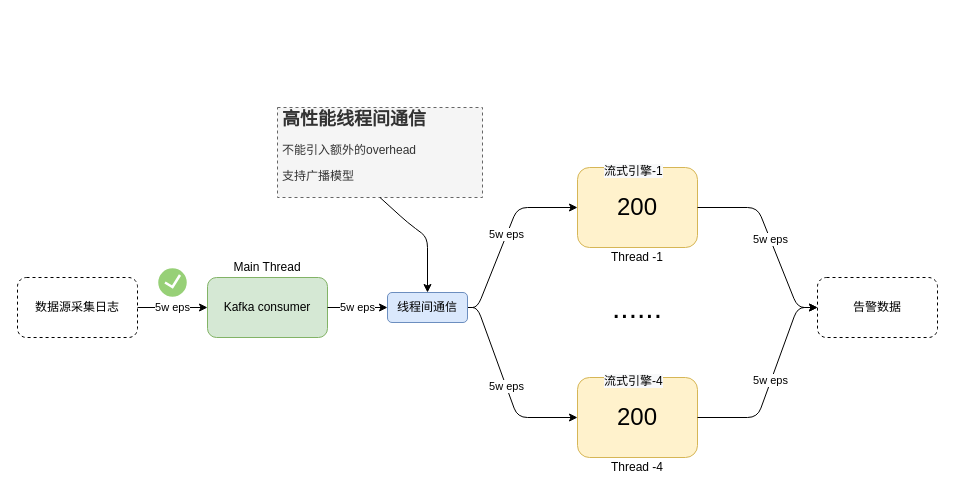
Earlier version of the draw.io diagram promotion-graph-2.drawio (popvlovs/popvlovs-repository). Source tidied: cells renumbered, new cells numbered last; positions are measured from the earlier drawing's top-left corner, leaving out a move shared by most shapes. Both pictures are drawn from the tidied source at 100%, with x=0, y=0 at pixel (17, 107).
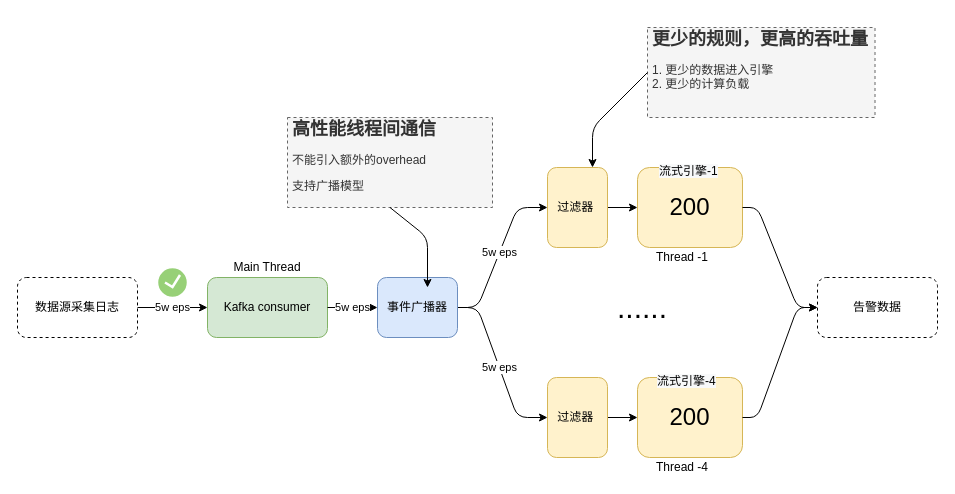
After the change.

Unchanged cells that the change refers to:
```xml
<mxCell id="20" value="告警数据" style="rounded=1;whiteSpace=wrap;html=1;dashed=1;" parent="1" vertex="1">
  <mxGeometry x="800" y="170" width="120" height="60" as="geometry" />
</mxCell>
```

Change to the diagram source:
```diff
@@
     <mxCell id="3" value="&lt;font style=&quot;font-size: 24px&quot;&gt;200&lt;/font&gt;" style="rounded=1;whiteSpace=wrap;html=1;fillColor=#fff2cc;strokeColor=#d6b656;" parent="1" vertex="1">
-      <mxGeometry x="560" y="60" width="120" height="80" as="geometry" />
+      <mxGeometry x="620" y="60" width="105" height="80" as="geometry" />
     </mxCell>
-    <mxCell id="4" value="5w eps" style="endArrow=classic;html=1;exitX=1;exitY=0.5;exitDx=0;exitDy=0;entryX=0;entryY=0.5;entryDx=0;entryDy=0;" parent="1" edge="1" source="12" target="3">
+    <mxCell id="4" value="5w eps" style="endArrow=classic;html=1;exitX=1;exitY=0.5;exitDx=0;exitDy=0;entryX=0;entryY=0.5;entryDx=0;entryDy=0;" parent="1" edge="1" source="12" target="24">
       <mxGeometry relative="1" as="geometry">
         <Array as="points">
           <mxPoint x="460" y="200" />
           <mxPoint x="500" y="100" />
         </Array>
       </mxGeometry>
     </mxCell>
@@
     <mxCell id="7" value="&lt;span style=&quot;color: rgb(0 , 0 , 0) ; font-family: &amp;#34;helvetica&amp;#34; ; font-size: 12px ; font-style: normal ; font-weight: 400 ; letter-spacing: normal ; text-align: center ; text-indent: 0px ; text-transform: none ; word-spacing: 0px ; background-color: rgb(248 , 249 , 250) ; display: inline ; float: none&quot;&gt;流式引擎-1&lt;/span&gt;" style="text;whiteSpace=wrap;html=1;" parent="1" vertex="1">
-      <mxGeometry x="585" y="50" width="70" height="30" as="geometry" />
+      <mxGeometry x="640" y="50" width="70" height="30" as="geometry" />
     </mxCell>
     <mxCell id="8" value="&lt;font style=&quot;font-size: 24px&quot;&gt;200&lt;/font&gt;" style="rounded=1;whiteSpace=wrap;html=1;fillColor=#fff2cc;strokeColor=#d6b656;" parent="1" vertex="1">
-      <mxGeometry x="560" y="270" width="120" height="80" as="geometry" />
+      <mxGeometry x="620" y="270" width="105" height="80" as="geometry" />
     </mxCell>
     <mxCell id="9" value="&lt;span style=&quot;color: rgb(0 , 0 , 0) ; font-family: &amp;#34;helvetica&amp;#34; ; font-size: 12px ; font-style: normal ; font-weight: 400 ; letter-spacing: normal ; text-align: center ; text-indent: 0px ; text-transform: none ; word-spacing: 0px ; background-color: rgb(248 , 249 , 250) ; display: inline ; float: none&quot;&gt;流式引擎-4&lt;/span&gt;" style="text;whiteSpace=wrap;html=1;" parent="1" vertex="1">
-      <mxGeometry x="585" y="260" width="70" height="30" as="geometry" />
+      <mxGeometry x="637.5" y="260" width="70" height="30" as="geometry" />
     </mxCell>
     <mxCell id="10" value="&lt;span style=&quot;font-size: 30px&quot;&gt;......&lt;/span&gt;" style="text;html=1;align=center;verticalAlign=middle;whiteSpace=wrap;rounded=0;" parent="1" vertex="1">
-      <mxGeometry x="555" y="190" width="130" height="20" as="geometry" />
+      <mxGeometry x="560" y="190" width="130" height="20" as="geometry" />
     </mxCell>
-    <mxCell id="11" value="5w eps" style="endArrow=classic;html=1;exitX=1;exitY=0.5;exitDx=0;exitDy=0;entryX=0;entryY=0.5;entryDx=0;entryDy=0;" parent="1" edge="1" source="12" target="8">
+    <mxCell id="11" value="5w eps" style="endArrow=classic;html=1;exitX=1;exitY=0.5;exitDx=0;exitDy=0;entryX=0;entryY=0.5;entryDx=0;entryDy=0;" parent="1" edge="1" source="12" target="26">
       <mxGeometry relative="1" as="geometry">
         <Array as="points">
           <mxPoint x="460" y="200" />
           <mxPoint x="500" y="310" />
         </Array>
       </mxGeometry>
     </mxCell>
-    <mxCell id="12" value="线程间通信" style="rounded=1;whiteSpace=wrap;html=1;fillColor=#dae8fc;strokeColor=#6c8ebf;" parent="1" vertex="1">
-      <mxGeometry x="370" y="185" width="80" height="30" as="geometry" />
+    <mxCell id="12" value="事件广播器" style="rounded=1;whiteSpace=wrap;html=1;fillColor=#dae8fc;strokeColor=#6c8ebf;" parent="1" vertex="1">
+      <mxGeometry x="360" y="170" width="80" height="60" as="geometry" />
     </mxCell>
@@
     <mxCell id="15" value="Thread -1" style="text;html=1;strokeColor=none;fillColor=none;align=center;verticalAlign=middle;whiteSpace=wrap;rounded=0;" parent="1" vertex="1">
-      <mxGeometry x="575" y="140" width="90" height="20" as="geometry" />
+      <mxGeometry x="620" y="140" width="90" height="20" as="geometry" />
     </mxCell>
     <mxCell id="16" value="Thread -4" style="text;html=1;strokeColor=none;fillColor=none;align=center;verticalAlign=middle;whiteSpace=wrap;rounded=0;" parent="1" vertex="1">
-      <mxGeometry x="575" y="350" width="90" height="20" as="geometry" />
+      <mxGeometry x="620" y="350" width="90" height="20" as="geometry" />
     </mxCell>
-    <mxCell id="17" value="&lt;h1 style=&quot;font-size: 18px&quot;&gt;高性能线程间通信&lt;/h1&gt;&lt;p&gt;&lt;font style=&quot;font-size: 12px&quot;&gt;不能引入额外的overhead&lt;/font&gt;&lt;/p&gt;&lt;p&gt;&lt;font style=&quot;font-size: 12px&quot;&gt;支持广播模型&lt;/font&gt;&lt;/p&gt;" style="text;html=1;strokeColor=#666666;fillColor=#f5f5f5;spacing=5;spacingTop=-20;whiteSpace=wrap;overflow=hidden;rounded=0;dashed=1;fontColor=#333333;" parent="1" vertex="1">
-      <mxGeometry x="260" width="205" height="90" as="geometry" />
-    </mxCell>
-    <mxCell id="18" style="endArrow=classic;html=1;exitX=0.5;exitY=1;exitDx=0;exitDy=0;entryX=0.5;entryY=0;entryDx=0;entryDy=0;" parent="1" edge="1" source="17" target="12">
-      <mxGeometry relative="1" as="geometry">
-        <Array as="points">
-          <mxPoint x="390" y="115" />
-          <mxPoint x="410" y="130" />
-        </Array>
-      </mxGeometry>
-    </mxCell>
@@
-    <mxCell id="21" value="5w eps" style="endArrow=classic;html=1;exitX=1;exitY=0.5;exitDx=0;exitDy=0;entryX=0;entryY=0.5;entryDx=0;entryDy=0;" parent="1" edge="1" source="3" target="20">
+    <mxCell id="21" style="endArrow=classic;html=1;exitX=1;exitY=0.5;exitDx=0;exitDy=0;entryX=0;entryY=0.5;entryDx=0;entryDy=0;" parent="1" edge="1" source="3" target="20">
       <mxGeometry relative="1" as="geometry">
         <Array as="points">
           <mxPoint x="740" y="100" />
           <mxPoint x="780" y="200" />
         </Array>
       </mxGeometry>
     </mxCell>
-    <mxCell id="22" value="5w eps" style="endArrow=classic;html=1;exitX=1;exitY=0.5;exitDx=0;exitDy=0;entryX=0;entryY=0.5;entryDx=0;entryDy=0;" parent="1" edge="1" source="8" target="20">
+    <mxCell id="22" style="endArrow=classic;html=1;exitX=1;exitY=0.5;exitDx=0;exitDy=0;entryX=0;entryY=0.5;entryDx=0;entryDy=0;" parent="1" edge="1" source="8" target="20">
       <mxGeometry relative="1" as="geometry">
         <Array as="points">
           <mxPoint x="740" y="310" />
           <mxPoint x="780" y="200" />
         </Array>
       </mxGeometry>
     </mxCell>
+    <mxCell id="23" style="edgeStyle=orthogonalEdgeStyle;rounded=0;jettySize=auto;html=1;entryX=0;entryY=0.5;entryDx=0;entryDy=0;" parent="1" edge="1" source="24" target="3">
+      <mxGeometry relative="1" as="geometry" />
+    </mxCell>
+    <mxCell id="24" value="&lt;font style=&quot;font-size: 12px&quot;&gt;过滤器&amp;nbsp;&lt;/font&gt;" style="rounded=1;whiteSpace=wrap;html=1;fillColor=#fff2cc;strokeColor=#d6b656;" parent="1" vertex="1">
+      <mxGeometry x="530" y="60" width="60" height="80" as="geometry" />
+    </mxCell>
+    <mxCell id="25" style="edgeStyle=orthogonalEdgeStyle;rounded=0;jettySize=auto;html=1;entryX=0;entryY=0.5;entryDx=0;entryDy=0;" parent="1" edge="1" source="26" target="8">
+      <mxGeometry relative="1" as="geometry" />
+    </mxCell>
+    <mxCell id="26" value="&lt;font style=&quot;font-size: 12px&quot;&gt;过滤器&amp;nbsp;&lt;/font&gt;" style="rounded=1;whiteSpace=wrap;html=1;fillColor=#fff2cc;strokeColor=#d6b656;" parent="1" vertex="1">
+      <mxGeometry x="530" y="270" width="60" height="80" as="geometry" />
+    </mxCell>
+    <mxCell id="27" value="&lt;h1 style=&quot;font-size: 18px&quot;&gt;更少的规则，更高的吞吐量&lt;/h1&gt;&lt;div&gt;1. 更少的数据进入引擎&lt;/div&gt;&lt;div&gt;2. 更少的计算负载&lt;/div&gt;" style="text;html=1;strokeColor=#666666;fillColor=#f5f5f5;spacing=5;spacingTop=-20;whiteSpace=wrap;overflow=hidden;rounded=0;dashed=1;fontColor=#333333;" parent="1" vertex="1">
+      <mxGeometry x="630" y="-80" width="227.5" height="90" as="geometry" />
+    </mxCell>
+    <mxCell id="28" style="endArrow=classic;html=1;exitX=0;exitY=0.5;exitDx=0;exitDy=0;entryX=0.75;entryY=0;entryDx=0;entryDy=0;" parent="1" edge="1" source="27" target="24">
+      <mxGeometry relative="1" as="geometry">
+        <Array as="points">
+          <mxPoint x="575" y="20" />
+        </Array>
+      </mxGeometry>
+    </mxCell>
+    <mxCell id="17" value="&lt;h1 style=&quot;font-size: 18px&quot;&gt;高性能线程间通信&lt;/h1&gt;&lt;p&gt;&lt;font style=&quot;font-size: 12px&quot;&gt;不能引入额外的overhead&lt;/font&gt;&lt;/p&gt;&lt;p&gt;&lt;font style=&quot;font-size: 12px&quot;&gt;支持广播模型&lt;/font&gt;&lt;/p&gt;" style="text;html=1;strokeColor=#666666;fillColor=#f5f5f5;spacing=5;spacingTop=-20;whiteSpace=wrap;overflow=hidden;rounded=0;dashed=1;fontColor=#333333;" parent="1" vertex="1">
+      <mxGeometry x="270" y="10" width="205" height="90" as="geometry" />
+    </mxCell>
+    <mxCell id="29" style="endArrow=classic;html=1;exitX=0.5;exitY=1;exitDx=0;exitDy=0;entryX=0.5;entryY=0;entryDx=0;entryDy=0;" parent="1" edge="1" source="17">
+      <mxGeometry relative="1" as="geometry">
+        <mxPoint x="410" y="180" as="targetPoint" />
+        <Array as="points">
+          <mxPoint x="410" y="130" />
+        </Array>
+      </mxGeometry>
+    </mxCell>
```
